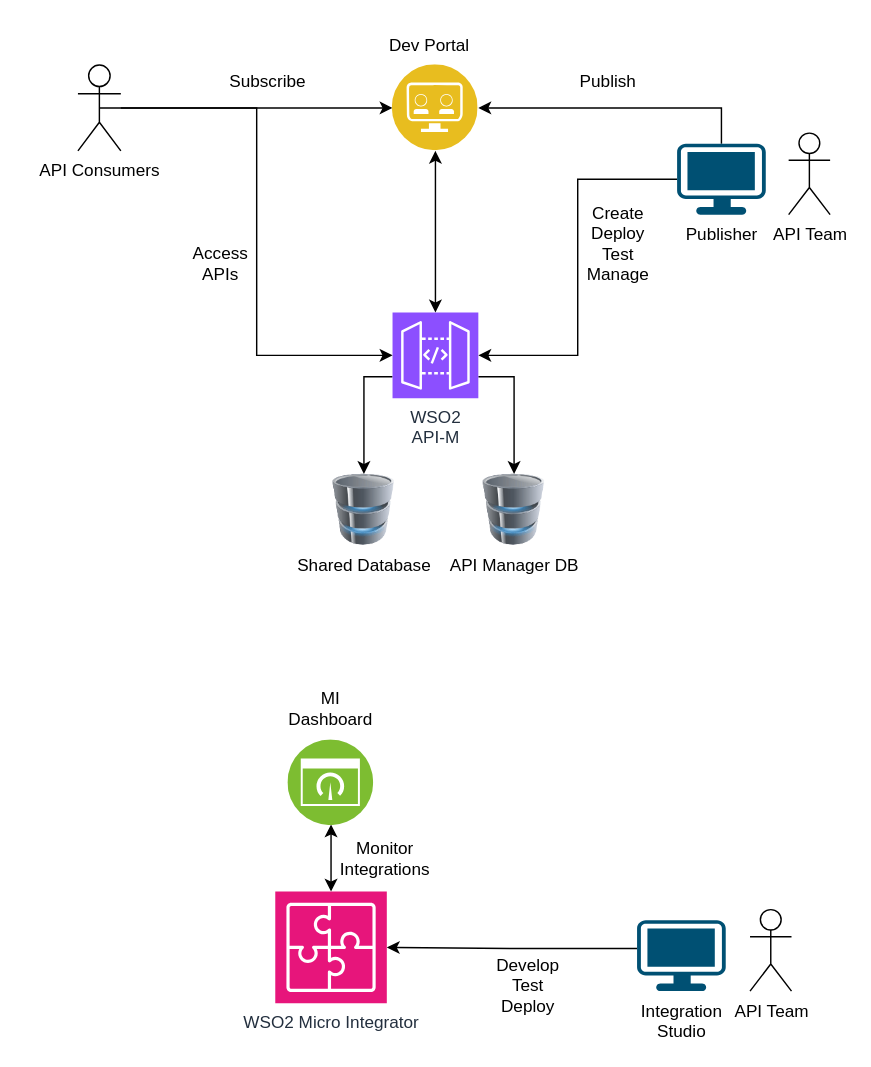
The draw.io diagram sample.drawio in jassirwani/posta-mind-mapping, before the edit. Source tidied: cells renumbered, new cells numbered last; positions are measured from the earlier drawing's top-left corner, leaving out a move shared by most shapes. Both pictures are drawn from the tidied source at 143%, with x=0, y=0 at pixel (77, 24).
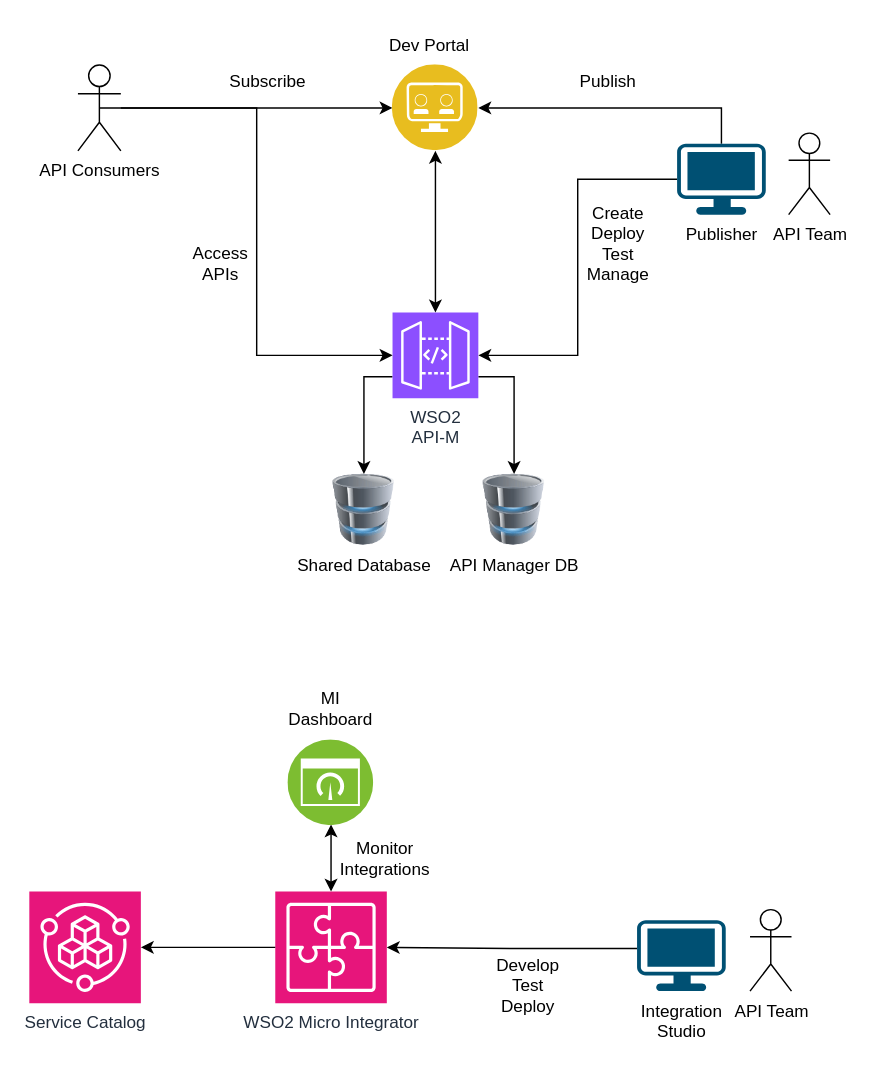
Above is the later version.

The change refers to these unchanged cells:
```xml
<mxCell id="21" value="WSO2 Micro Integrator&lt;br&gt;" style="sketch=0;points=[[0,0,0],[0.25,0,0],[0.5,0,0],[0.75,0,0],[1,0,0],[0,1,0],[0.25,1,0],[0.5,1,0],[0.75,1,0],[1,1,0],[0,0.25,0],[0,0.5,0],[0,0.75,0],[1,0.25,0],[1,0.5,0],[1,0.75,0]];outlineConnect=0;fontColor=#232F3E;fillColor=#E7157B;strokeColor=#ffffff;dashed=0;verticalLabelPosition=bottom;verticalAlign=top;align=center;html=1;fontSize=12;fontStyle=0;shape=mxgraph.aws4.resourceIcon;resIcon=mxgraph.aws4.application_integration;" parent="1" vertex="1">
  <mxGeometry x="138" y="606" width="78" height="78" as="geometry" />
</mxCell>
```

What changed in the source:
```diff
@@
+    <mxCell id="30" value="Service Catalog" style="sketch=0;points=[[0,0,0],[0.25,0,0],[0.5,0,0],[0.75,0,0],[1,0,0],[0,1,0],[0.25,1,0],[0.5,1,0],[0.75,1,0],[1,1,0],[0,0.25,0],[0,0.5,0],[0,0.75,0],[1,0.25,0],[1,0.5,0],[1,0.75,0]];points=[[0,0,0],[0.25,0,0],[0.5,0,0],[0.75,0,0],[1,0,0],[0,1,0],[0.25,1,0],[0.5,1,0],[0.75,1,0],[1,1,0],[0,0.25,0],[0,0.5,0],[0,0.75,0],[1,0.25,0],[1,0.5,0],[1,0.75,0]];outlineConnect=0;fontColor=#232F3E;fillColor=#E7157B;strokeColor=#ffffff;dashed=0;verticalLabelPosition=bottom;verticalAlign=top;align=center;html=1;fontSize=12;fontStyle=0;shape=mxgraph.aws4.resourceIcon;resIcon=mxgraph.aws4.service_catalog;" parent="1" vertex="1">
+      <mxGeometry x="-34" y="606" width="78" height="78" as="geometry" />
+    </mxCell>
+    <mxCell id="31" style="edgeStyle=orthogonalEdgeStyle;rounded=0;jettySize=auto;html=1;entryX=1;entryY=0.5;entryDx=0;entryDy=0;entryPerimeter=0;" parent="1" edge="1" source="21" target="30">
+      <mxGeometry relative="1" as="geometry" />
+    </mxCell>
```
